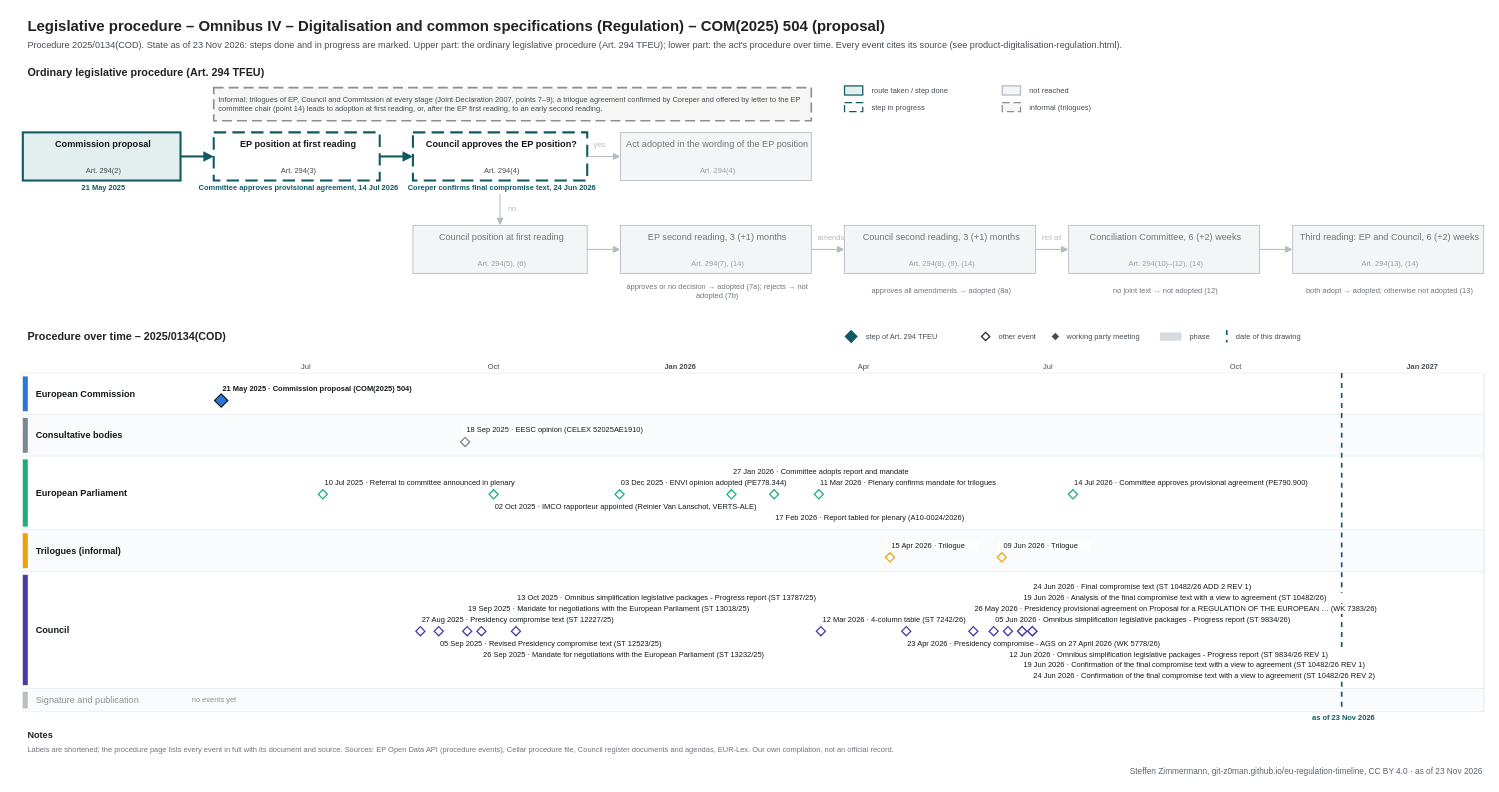
Above: procedures/product-digitalisation-regulation.drawio in git-z0man/eu-regulation-timeline (draw.io), before the change. Source tidied: cells renumbered, new cells numbered last; positions are measured from the earlier drawing's top-left corner, leaving out a move shared by most shapes. Both pictures are drawn from the tidied source at 83%, with x=0, y=0 at pixel (14, 14).
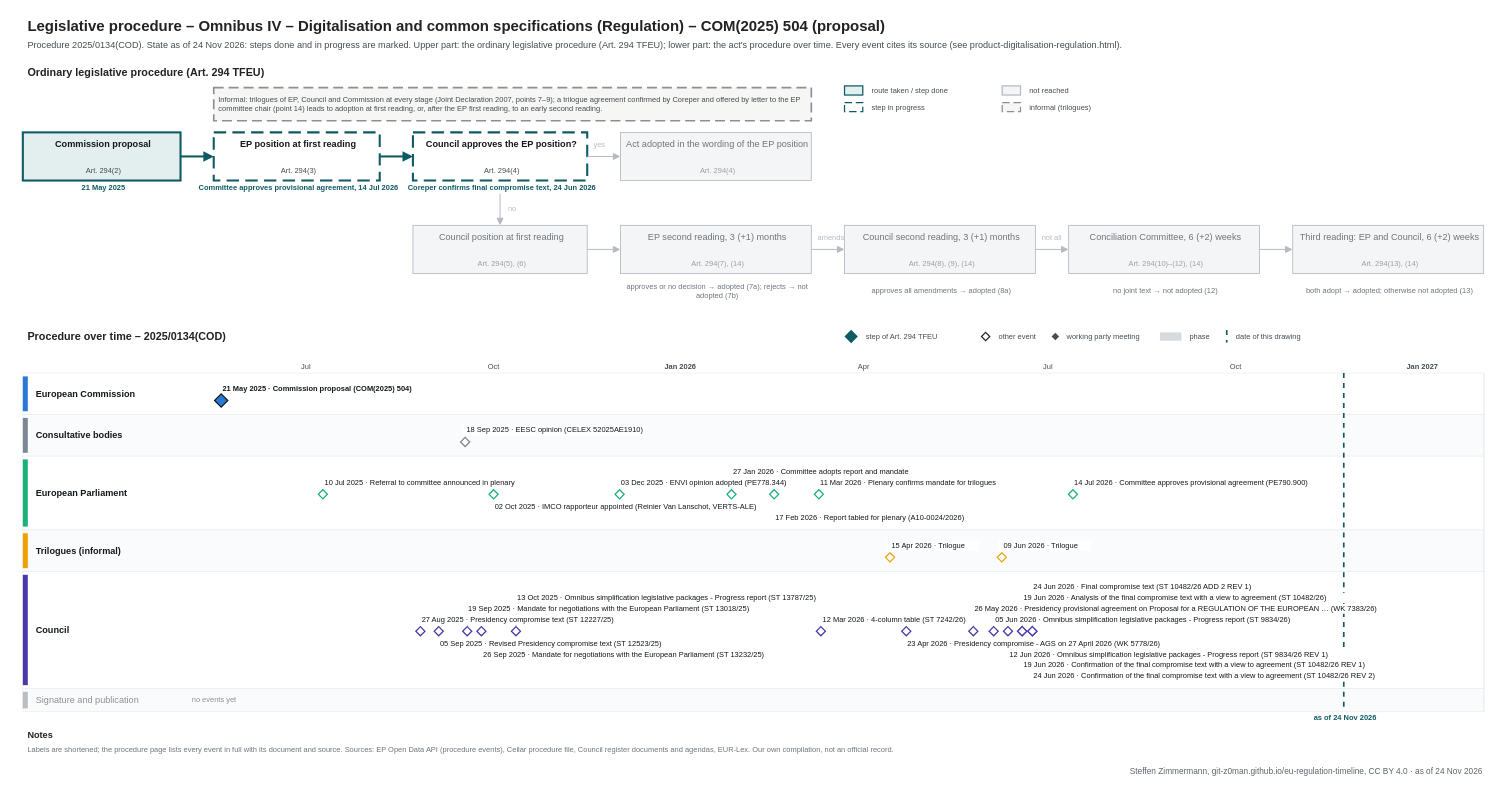
The same page after the edit.

What changed in the source:
```diff
@@
-    <mxCell id="3" value="Procedure 2025/0134(COD). State as of 23 Nov 2026: steps done and in progress are marked. Upper part: the ordinary legislative procedure (Art. 294 TFEU); lower part: the act's procedure over time. Every event cites its source (see product-digitalisation-regulation.html)." style="text;html=1;fontSize=11;fontColor=#454c53;align=left;verticalAlign=middle;spacingLeft=4;" parent="1" vertex="1">
+    <mxCell id="3" value="Procedure 2025/0134(COD). State as of 24 Nov 2026: steps done and in progress are marked. Upper part: the ordinary legislative procedure (Art. 294 TFEU); lower part: the act's procedure over time. Every event cites its source (see product-digitalisation-regulation.html)." style="text;html=1;fontSize=11;fontColor=#454c53;align=left;verticalAlign=middle;spacingLeft=4;" parent="1" vertex="1">
       <mxGeometry x="10" y="28" width="1700" height="18" as="geometry" />
     </mxCell>
@@
     <mxCell id="120" style="line;html=1;strokeWidth=2;strokeColor=#0f5a63;direction=south;dashed=1;" parent="1" vertex="1">
-      <mxGeometry x="1598.5" y="432" width="1" height="408" as="geometry" />
+      <mxGeometry x="1601" y="432" width="1" height="408" as="geometry" />
     </mxCell>
-    <mxCell id="121" value="as of 23 Nov 2026" style="text;html=1;fontSize=9;fontColor=#0f5a63;align=center;verticalAlign=middle;spacingLeft=4;fontStyle=1;" parent="1" vertex="1">
-      <mxGeometry x="1538.5" y="841" width="120" height="12" as="geometry" />
+    <mxCell id="121" value="as of 24 Nov 2026" style="text;html=1;fontSize=9;fontColor=#0f5a63;align=center;verticalAlign=middle;spacingLeft=4;fontStyle=1;" parent="1" vertex="1">
+      <mxGeometry x="1541" y="841" width="120" height="12" as="geometry" />
     </mxCell>
@@
-    <mxCell id="185" value="Steffen Zimmermann, git-z0man.github.io/eu-regulation-timeline, CC BY 4.0 · as of 23 Nov 2026" style="text;html=1;fontSize=10;fontColor=#5b646b;align=right;verticalAlign=middle;spacingLeft=4;" parent="1" vertex="1">
+    <mxCell id="185" value="Steffen Zimmermann, git-z0man.github.io/eu-regulation-timeline, CC BY 4.0 · as of 24 Nov 2026" style="text;html=1;fontSize=10;fontColor=#5b646b;align=right;verticalAlign=middle;spacingLeft=4;" parent="1" vertex="1">
       <mxGeometry x="10" y="904" width="1760" height="16" as="geometry" />
     </mxCell>
```
